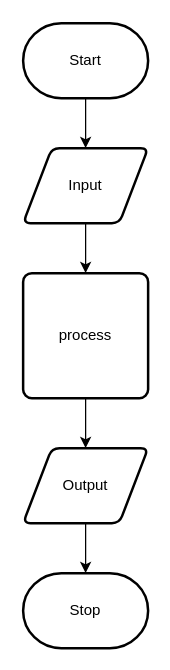
This is design/flow-chart.drawio from Chloe-Havel/ICS2O-Unit-3-03, a draw.io file, before an edit. Source tidied: cells renumbered, new cells numbered last; positions are measured from the earlier drawing's top-left corner, leaving out a move shared by most shapes. Both pictures are drawn from the tidied source at 125%, with x=0, y=0 at pixel (22, 22).
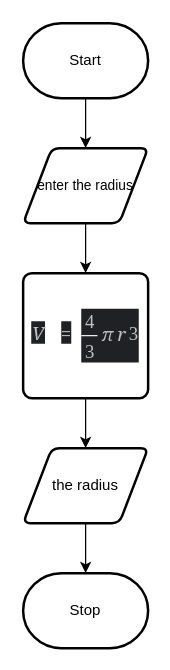
The same diagram, later.

Change to the diagram source:
```diff
@@
 <mxGraphModel>
   <root>
     <mxCell id="0" />
     <mxCell id="1" parent="0" />
     <mxCell id="2" style="edgeStyle=none;html=1;" parent="1" edge="1" source="3" target="5">
       <mxGeometry relative="1" as="geometry" />
     </mxCell>
     <mxCell id="3" value="Start" style="strokeWidth=2;html=1;shape=mxgraph.flowchart.terminator;whiteSpace=wrap;" parent="1" vertex="1">
       <mxGeometry width="100" height="60" as="geometry" />
     </mxCell>
     <mxCell id="4" style="edgeStyle=none;html=1;" parent="1" edge="1" source="5" target="7">
       <mxGeometry relative="1" as="geometry" />
     </mxCell>
-    <mxCell id="5" value="Input" style="shape=parallelogram;html=1;strokeWidth=2;perimeter=parallelogramPerimeter;whiteSpace=wrap;rounded=1;arcSize=12;size=0.23;" parent="1" vertex="1">
+    <mxCell id="5" value="&lt;font style=&quot;font-size: 11px&quot;&gt;enter the radius&lt;/font&gt;" style="shape=parallelogram;html=1;strokeWidth=2;perimeter=parallelogramPerimeter;whiteSpace=wrap;rounded=1;arcSize=12;size=0.23;" parent="1" vertex="1">
       <mxGeometry y="100" width="100" height="60" as="geometry" />
     </mxCell>
     <mxCell id="6" style="edgeStyle=none;html=1;" parent="1" edge="1" source="7" target="9">
       <mxGeometry relative="1" as="geometry" />
     </mxCell>
-    <mxCell id="7" value="process" style="rounded=1;whiteSpace=wrap;html=1;absoluteArcSize=1;arcSize=14;strokeWidth=2;" parent="1" vertex="1">
+    <mxCell id="7" value="&lt;div class=&quot;lr-fy-ecl lr-fy-eq-elem&quot; style=&quot;font-size: 15px ; display: inline-block ; position: relative ; transition: all 0.05s ease-in-out 0s ; font-style: italic ; color: rgb(189 , 193 , 198) ; font-family: &amp;#34;stixgeneral&amp;#34; , &amp;#34;georgia&amp;#34; ; background-color: rgb(32 , 33 , 36) ; margin-right: 10px ; margin-top: 0px ; margin-bottom: 0px&quot;&gt;V&lt;/div&gt;&lt;div class=&quot;lr-fy-eq-elem lr-fy-eq-add&quot; style=&quot;font-size: 15px ; display: inline-block ; position: relative ; transition: all 0.05s ease-in-out 0s ; color: rgb(189 , 193 , 198) ; font-family: &amp;#34;stixgeneral&amp;#34; , &amp;#34;georgia&amp;#34; ; background-color: rgb(32 , 33 , 36) ; margin-left: 0.2em ; margin-right: 0.2em&quot;&gt;=&lt;/div&gt;&lt;div class=&quot;lr-fy-eq-elem eiuJYe&quot; style=&quot;font-size: 15px ; display: inline-block ; position: relative ; transition: all 0.05s ease-in-out 0s ; color: rgb(189 , 193 , 198) ; font-family: &amp;#34;stixgeneral&amp;#34; , &amp;#34;georgia&amp;#34; ; background-color: rgb(32 , 33 , 36) ; margin-left: 5px ; vertical-align: middle ; margin-top: 0px ; margin-bottom: 0px&quot;&gt;&lt;div class=&quot;lr-fy-eq-elem&quot; style=&quot;display: inline-block ; position: relative ; transition: all 0.05s ease-in-out 0s&quot;&gt;&lt;div class=&quot;lr-fy-eq-elem&quot; style=&quot;display: inline-block ; position: relative ; transition: all 0.05s ease-in-out 0s ; vertical-align: middle&quot;&gt;&lt;div class=&quot;lr-fy-ecv lr-fy-eq-elem&quot; style=&quot;display: inline-block ; position: relative ; transition: all 0.05s ease-in-out 0s ; font-family: &amp;#34;stixgeneral&amp;#34; , &amp;#34;times&amp;#34; , &amp;#34;times new roman&amp;#34; , serif&quot;&gt;4&lt;/div&gt;&lt;div class=&quot;lr-fy-eq-add&quot; style=&quot;width: 13.4943px ; height: 1px ; background-color: rgb(232 , 234 , 237) ; margin-top: 2px ; margin-bottom: 2px&quot;&gt;&lt;/div&gt;&lt;div class=&quot;lr-fy-ecv lr-fy-eq-elem&quot; style=&quot;display: inline-block ; position: relative ; transition: all 0.05s ease-in-out 0s ; font-family: &amp;#34;stixgeneral&amp;#34; , &amp;#34;times&amp;#34; , &amp;#34;times new roman&amp;#34; , serif&quot;&gt;3&lt;/div&gt;&lt;/div&gt;&lt;div class=&quot;lr-fy-eq-elem lr-fy-eq-add&quot; style=&quot;display: inline-block ; position: relative ; transition: all 0.05s ease-in-out 0s ; margin-left: 0.2em&quot;&gt;&lt;/div&gt;&lt;div class=&quot;lr-fy-ecl lr-fy-eq-elem&quot; style=&quot;display: inline-block ; position: relative ; transition: all 0.05s ease-in-out 0s ; font-style: italic&quot;&gt;π&lt;/div&gt;&lt;/div&gt;&lt;div class=&quot;lr-fy-eq-elem lr-fy-eq-add&quot; style=&quot;display: inline-block ; position: relative ; transition: all 0.05s ease-in-out 0s ; margin-left: 0.2em&quot;&gt;&lt;/div&gt;&lt;div class=&quot;lr-fy-eq-elem&quot; style=&quot;display: inline-block ; position: relative ; transition: all 0.05s ease-in-out 0s&quot;&gt;&lt;div class=&quot;lr-fy-el lr-fy-eq-elem&quot; style=&quot;display: inline-block ; position: relative ; transition: all 0.05s ease-in-out 0s ; margin: -4px ; padding: 4px ; font-style: italic ; cursor: pointer&quot;&gt;r&lt;/div&gt;&lt;div class=&quot;lr-fy-ecv lr-fy-eq-elem&quot; style=&quot;display: inline-block ; position: relative ; transition: all 0.05s ease-in-out 0s ; font-family: &amp;#34;stixgeneral&amp;#34; , &amp;#34;times&amp;#34; , &amp;#34;times new roman&amp;#34; , serif ; margin-left: 0.15em ; vertical-align: top&quot;&gt;3&lt;/div&gt;&lt;/div&gt;&lt;/div&gt;" style="rounded=1;whiteSpace=wrap;html=1;absoluteArcSize=1;arcSize=14;strokeWidth=2;" parent="1" vertex="1">
       <mxGeometry y="200" width="100" height="100" as="geometry" />
     </mxCell>
     <mxCell id="8" style="edgeStyle=none;html=1;" parent="1" edge="1" source="9" target="10">
       <mxGeometry relative="1" as="geometry" />
     </mxCell>
-    <mxCell id="9" value="Output" style="shape=parallelogram;html=1;strokeWidth=2;perimeter=parallelogramPerimeter;whiteSpace=wrap;rounded=1;arcSize=12;size=0.23;" parent="1" vertex="1">
+    <mxCell id="9" value="the radius" style="shape=parallelogram;html=1;strokeWidth=2;perimeter=parallelogramPerimeter;whiteSpace=wrap;rounded=1;arcSize=12;size=0.23;" parent="1" vertex="1">
       <mxGeometry y="340" width="100" height="60" as="geometry" />
     </mxCell>
     <mxCell id="10" value="Stop" style="strokeWidth=2;html=1;shape=mxgraph.flowchart.terminator;whiteSpace=wrap;" parent="1" vertex="1">
       <mxGeometry y="440" width="100" height="60" as="geometry" />
     </mxCell>
   </root>
 </mxGraphModel>
```
